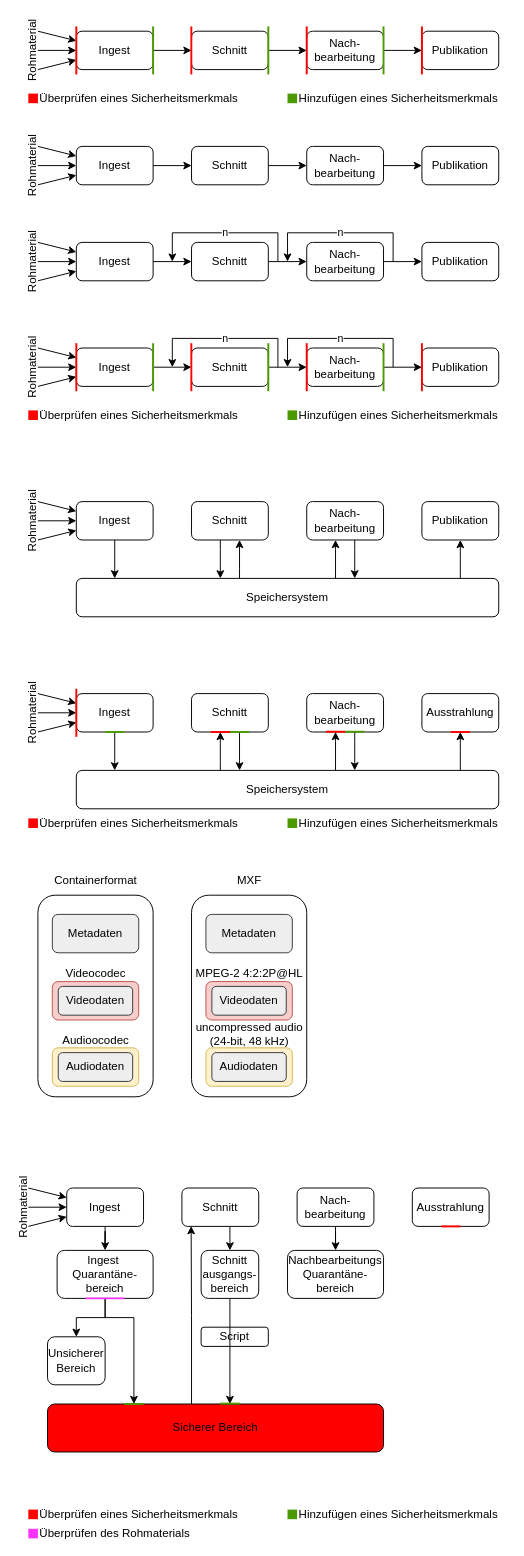
timteller/Grafiken_Bachelorarbeit keeps this draw.io diagram as Produktionsprozess.drawio. Above is the earlier version. Source tidied: cells renumbered, new cells numbered last; positions are measured from the earlier drawing's top-left corner, leaving out a move shared by most shapes. Both pictures are drawn from the tidied source at 96%, with x=0, y=0 at pixel (-11, 26).
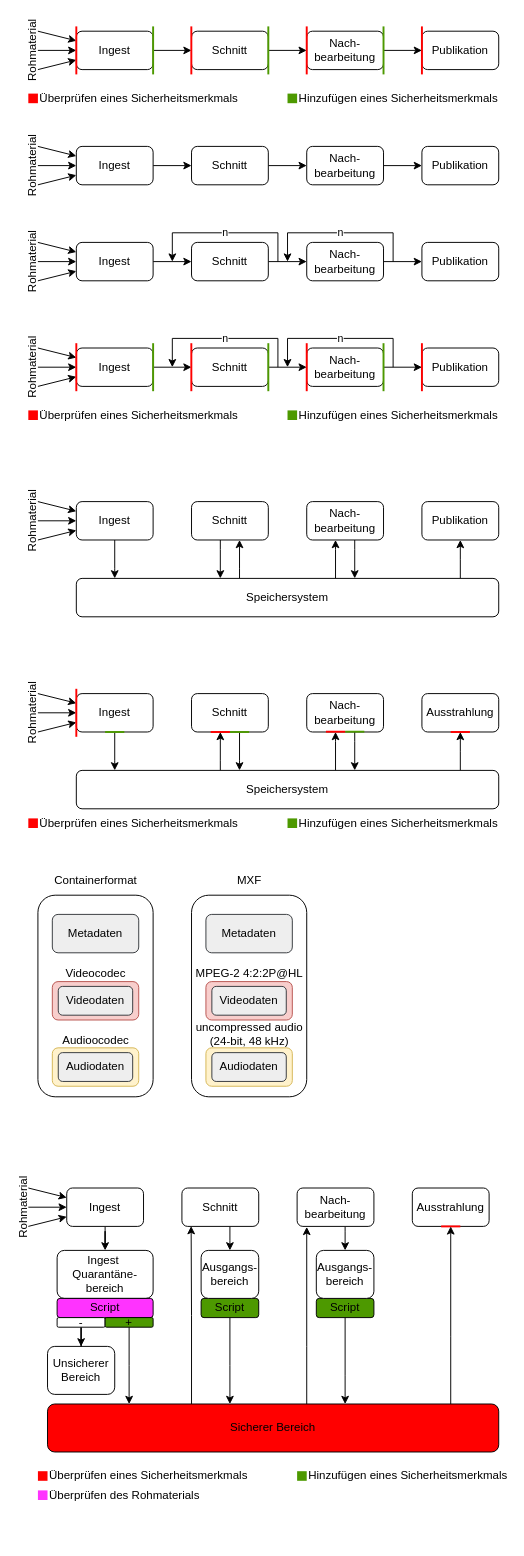
Above is the later version.

Unchanged cells that the change refers to:
```xml
<mxCell id="145" value="Nach-&lt;div&gt;bearbeitung&lt;/div&gt;" style="rounded=1;whiteSpace=wrap;html=1;" parent="138" vertex="1">
  <mxGeometry x="320" y="1210" width="80" height="40" as="geometry" />
</mxCell>
<mxCell id="146" value="Ausstrahlung" style="rounded=1;whiteSpace=wrap;html=1;" parent="138" vertex="1">
  <mxGeometry x="440" y="1210" width="80" height="40" as="geometry" />
</mxCell>
<mxCell id="158" value="Ingest&amp;nbsp;&lt;div&gt;Quarantäne-bereich&lt;/div&gt;" style="rounded=1;whiteSpace=wrap;html=1;" parent="138" vertex="1">
  <mxGeometry x="70" y="1275" width="100" height="50" as="geometry" />
</mxCell>
```

Change to the diagram source:
```diff
@@
-    <mxCell id="139" style="endArrow=classic;html=1;rounded=0;exitX=0.5;exitY=1;exitDx=0;exitDy=0;" parent="138" edge="1" source="158">
-      <mxGeometry relative="1" as="geometry">
-        <mxPoint x="150" y="1435" as="targetPoint" />
-        <Array as="points">
-          <mxPoint x="120" y="1345" />
-          <mxPoint x="150" y="1345" />
-        </Array>
-      </mxGeometry>
-    </mxCell>
@@
-    <mxCell id="144" style="edgeStyle=orthogonalEdgeStyle;rounded=0;jettySize=auto;html=1;" parent="138" edge="1" source="145" target="161">
-      <mxGeometry relative="1" as="geometry" />
-    </mxCell>
+    <mxCell id="170" style="edgeStyle=orthogonalEdgeStyle;rounded=0;jettySize=auto;html=1;" parent="138" edge="1" source="145" target="181">
+      <mxGeometry relative="1" as="geometry">
+        <Array as="points">
+          <mxPoint x="370" y="1255" />
+          <mxPoint x="370" y="1255" />
+        </Array>
+      </mxGeometry>
+    </mxCell>
@@
     <mxCell id="152" style="whiteSpace=wrap;html=1;strokeColor=none;fillColor=light-dark(#ff0000, #ededed);" parent="138" vertex="1">
-      <mxGeometry x="40" y="1545" width="10" height="10" as="geometry" />
+      <mxGeometry x="50" y="1505" width="10" height="10" as="geometry" />
     </mxCell>
     <mxCell id="153" style="whiteSpace=wrap;html=1;strokeColor=none;fillColor=light-dark(#4D9900,#EDEDED);" parent="138" vertex="1">
-      <mxGeometry x="310" y="1545" width="10" height="10" as="geometry" />
+      <mxGeometry x="320" y="1505" width="10" height="10" as="geometry" />
     </mxCell>
     <mxCell id="154" value="Überprüfen eines Sicherheitsmerkmals" style="text;html=1;align=left;verticalAlign=middle;whiteSpace=wrap;rounded=0;" parent="138" vertex="1">
-      <mxGeometry x="50" y="1545" width="210" height="10" as="geometry" />
+      <mxGeometry x="60" y="1505" width="210" height="10" as="geometry" />
     </mxCell>
     <mxCell id="155" value="Hinzufügen eines Sicherheitsmerkmals" style="text;html=1;align=left;verticalAlign=middle;whiteSpace=wrap;rounded=0;" parent="138" vertex="1">
-      <mxGeometry x="320" y="1545" width="210" height="10" as="geometry" />
+      <mxGeometry x="330" y="1505" width="210" height="10" as="geometry" />
     </mxCell>
+    <mxCell id="171" style="edgeStyle=orthogonalEdgeStyle;rounded=0;jettySize=auto;html=1;" parent="138" edge="1" source="156" target="164">
+      <mxGeometry relative="1" as="geometry">
+        <Array as="points">
+          <mxPoint x="250" y="1395" />
+          <mxPoint x="250" y="1395" />
+        </Array>
+      </mxGeometry>
+    </mxCell>
-    <mxCell id="156" value="Script" style="rounded=1;whiteSpace=wrap;html=1;" parent="138" vertex="1">
-      <mxGeometry x="220" y="1355" width="70" height="20" as="geometry" />
+    <mxCell id="156" value="Script" style="rounded=1;whiteSpace=wrap;html=1;fillColor=light-dark(#4d9900, #ededed);" parent="138" vertex="1">
+      <mxGeometry x="220" y="1325" width="60" height="20" as="geometry" />
     </mxCell>
-    <mxCell id="157" style="edgeStyle=orthogonalEdgeStyle;rounded=0;jettySize=auto;html=1;entryX=0.5;entryY=0;entryDx=0;entryDy=0;" parent="138" edge="1" source="158" target="167">
-      <mxGeometry relative="1" as="geometry" />
-    </mxCell>
@@
-    <mxCell id="159" style="edgeStyle=orthogonalEdgeStyle;rounded=0;jettySize=auto;html=1;" parent="138" edge="1" source="160" target="164">
-      <mxGeometry relative="1" as="geometry">
-        <Array as="points">
-          <mxPoint x="250" y="1405" />
-          <mxPoint x="250" y="1405" />
-        </Array>
-      </mxGeometry>
-    </mxCell>
-    <mxCell id="160" value="Schnitt&lt;div&gt;ausgangs-&lt;/div&gt;&lt;div&gt;bereich&lt;/div&gt;" style="rounded=1;whiteSpace=wrap;html=1;strokeColor=default;align=center;verticalAlign=middle;fontFamily=Helvetica;fontSize=12;fontColor=default;fillColor=default;" parent="138" vertex="1">
+    <mxCell id="160" value="&lt;div&gt;Ausgangs-&lt;/div&gt;&lt;div&gt;bereich&lt;/div&gt;" style="rounded=1;whiteSpace=wrap;html=1;strokeColor=default;align=center;verticalAlign=middle;fontFamily=Helvetica;fontSize=12;fontColor=default;fillColor=default;" parent="138" vertex="1">
       <mxGeometry x="220" y="1275" width="60" height="50" as="geometry" />
     </mxCell>
-    <mxCell id="161" value="Nachbearbeitungs&lt;div&gt;Quarantäne-bereich&lt;/div&gt;" style="rounded=1;whiteSpace=wrap;html=1;strokeColor=default;align=center;verticalAlign=middle;fontFamily=Helvetica;fontSize=12;fontColor=default;fillColor=default;" parent="138" vertex="1">
-      <mxGeometry x="310" y="1275" width="100" height="50" as="geometry" />
-    </mxCell>
-    <mxCell id="162" style="endArrow=none;html=1;rounded=0;strokeWidth=2;strokeColor=light-dark(#ff33ff, #ff9090);" parent="138" edge="1">
-      <mxGeometry relative="1" as="geometry">
-        <mxPoint x="140.2" y="1325" as="sourcePoint" />
-        <mxPoint x="99.8" y="1325" as="targetPoint" />
-      </mxGeometry>
-    </mxCell>
@@
+    <mxCell id="172" style="edgeStyle=orthogonalEdgeStyle;rounded=0;jettySize=auto;html=1;entryX=0.125;entryY=1.013;entryDx=0;entryDy=0;entryPerimeter=0;" parent="138" edge="1" source="164" target="145">
+      <mxGeometry relative="1" as="geometry">
+        <Array as="points">
+          <mxPoint x="330" y="1375" />
+          <mxPoint x="330" y="1375" />
+        </Array>
+      </mxGeometry>
+    </mxCell>
+    <mxCell id="173" style="edgeStyle=orthogonalEdgeStyle;rounded=0;jettySize=auto;html=1;" parent="138" edge="1" source="164" target="146">
+      <mxGeometry relative="1" as="geometry">
+        <Array as="points">
+          <mxPoint x="480" y="1365" />
+          <mxPoint x="480" y="1365" />
+        </Array>
+      </mxGeometry>
+    </mxCell>
     <mxCell id="164" value="Sicherer Bereich" style="rounded=1;whiteSpace=wrap;html=1;fillColor=light-dark(#ff0000, #ededed);" parent="138" vertex="1">
-      <mxGeometry x="60" y="1435" width="350" height="50" as="geometry" />
+      <mxGeometry x="60" y="1435" width="470" height="50" as="geometry" />
     </mxCell>
     <mxCell id="165" style="whiteSpace=wrap;html=1;strokeColor=none;fillColor=light-dark(#FF33FF,#EDEDED);" parent="138" vertex="1">
-      <mxGeometry x="40" y="1565" width="10" height="10" as="geometry" />
+      <mxGeometry x="50" y="1525" width="10" height="10" as="geometry" />
     </mxCell>
     <mxCell id="166" value="Überprüfen des Rohmaterials" style="text;html=1;align=left;verticalAlign=middle;whiteSpace=wrap;rounded=0;" parent="138" vertex="1">
-      <mxGeometry x="50" y="1565" width="210" height="10" as="geometry" />
+      <mxGeometry x="60" y="1525" width="210" height="10" as="geometry" />
     </mxCell>
     <mxCell id="167" value="Unsicherer&lt;div&gt;Bereich&lt;/div&gt;" style="rounded=1;whiteSpace=wrap;html=1;" parent="138" vertex="1">
-      <mxGeometry x="60" y="1365" width="60" height="50" as="geometry" />
+      <mxGeometry x="60" y="1375" width="70" height="50" as="geometry" />
     </mxCell>
-    <mxCell id="168" style="endArrow=none;html=1;rounded=0;strokeWidth=2;strokeColor=light-dark(#4d9900, #ff9090);" parent="138" edge="1">
-      <mxGeometry relative="1" as="geometry">
-        <mxPoint x="160" y="1435" as="sourcePoint" />
-        <mxPoint x="139.8" y="1435" as="targetPoint" />
-      </mxGeometry>
-    </mxCell>
-    <mxCell id="169" style="endArrow=none;html=1;rounded=0;strokeWidth=2;strokeColor=light-dark(#4d9900, #ff9090);" parent="138" edge="1">
-      <mxGeometry relative="1" as="geometry">
-        <mxPoint x="260.1" y="1434.6" as="sourcePoint" />
-        <mxPoint x="239.9" y="1434.6" as="targetPoint" />
-      </mxGeometry>
-    </mxCell>
+    <mxCell id="174" value="Script" style="rounded=1;whiteSpace=wrap;html=1;fillColor=light-dark(#ff33ff, #ededed);" parent="138" vertex="1">
+      <mxGeometry x="70" y="1325" width="100" height="20" as="geometry" />
+    </mxCell>
+    <mxCell id="175" style="edgeStyle=orthogonalEdgeStyle;rounded=0;jettySize=auto;html=1;" parent="138" edge="1" source="176" target="167">
+      <mxGeometry relative="1" as="geometry" />
+    </mxCell>
+    <mxCell id="176" value="-" style="rounded=1;whiteSpace=wrap;html=1;fillColor=light-dark(#ffffff, #ededed);" parent="138" vertex="1">
+      <mxGeometry x="70" y="1345" width="50" height="10" as="geometry" />
+    </mxCell>
+    <mxCell id="177" style="edgeStyle=orthogonalEdgeStyle;rounded=0;jettySize=auto;html=1;" parent="138" edge="1" source="178">
+      <mxGeometry relative="1" as="geometry">
+        <mxPoint x="145" y="1435" as="targetPoint" />
+      </mxGeometry>
+    </mxCell>
+    <mxCell id="178" value="+" style="rounded=1;whiteSpace=wrap;html=1;fillColor=light-dark(#4d9900, #ededed);" parent="138" vertex="1">
+      <mxGeometry x="120" y="1345" width="50" height="10" as="geometry" />
+    </mxCell>
+    <mxCell id="179" style="edgeStyle=orthogonalEdgeStyle;rounded=0;jettySize=auto;html=1;" parent="138" edge="1" source="180" target="164">
+      <mxGeometry relative="1" as="geometry">
+        <Array as="points">
+          <mxPoint x="370" y="1405" />
+          <mxPoint x="370" y="1405" />
+        </Array>
+      </mxGeometry>
+    </mxCell>
+    <mxCell id="180" value="Script" style="rounded=1;whiteSpace=wrap;html=1;fillColor=light-dark(#4d9900, #ededed);" parent="138" vertex="1">
+      <mxGeometry x="340" y="1325" width="60" height="20" as="geometry" />
+    </mxCell>
+    <mxCell id="181" value="&lt;div&gt;Ausgangs-&lt;/div&gt;&lt;div&gt;bereich&lt;/div&gt;" style="rounded=1;whiteSpace=wrap;html=1;strokeColor=default;align=center;verticalAlign=middle;fontFamily=Helvetica;fontSize=12;fontColor=default;fillColor=default;" parent="138" vertex="1">
+      <mxGeometry x="340" y="1275" width="60" height="50" as="geometry" />
+    </mxCell>
```
